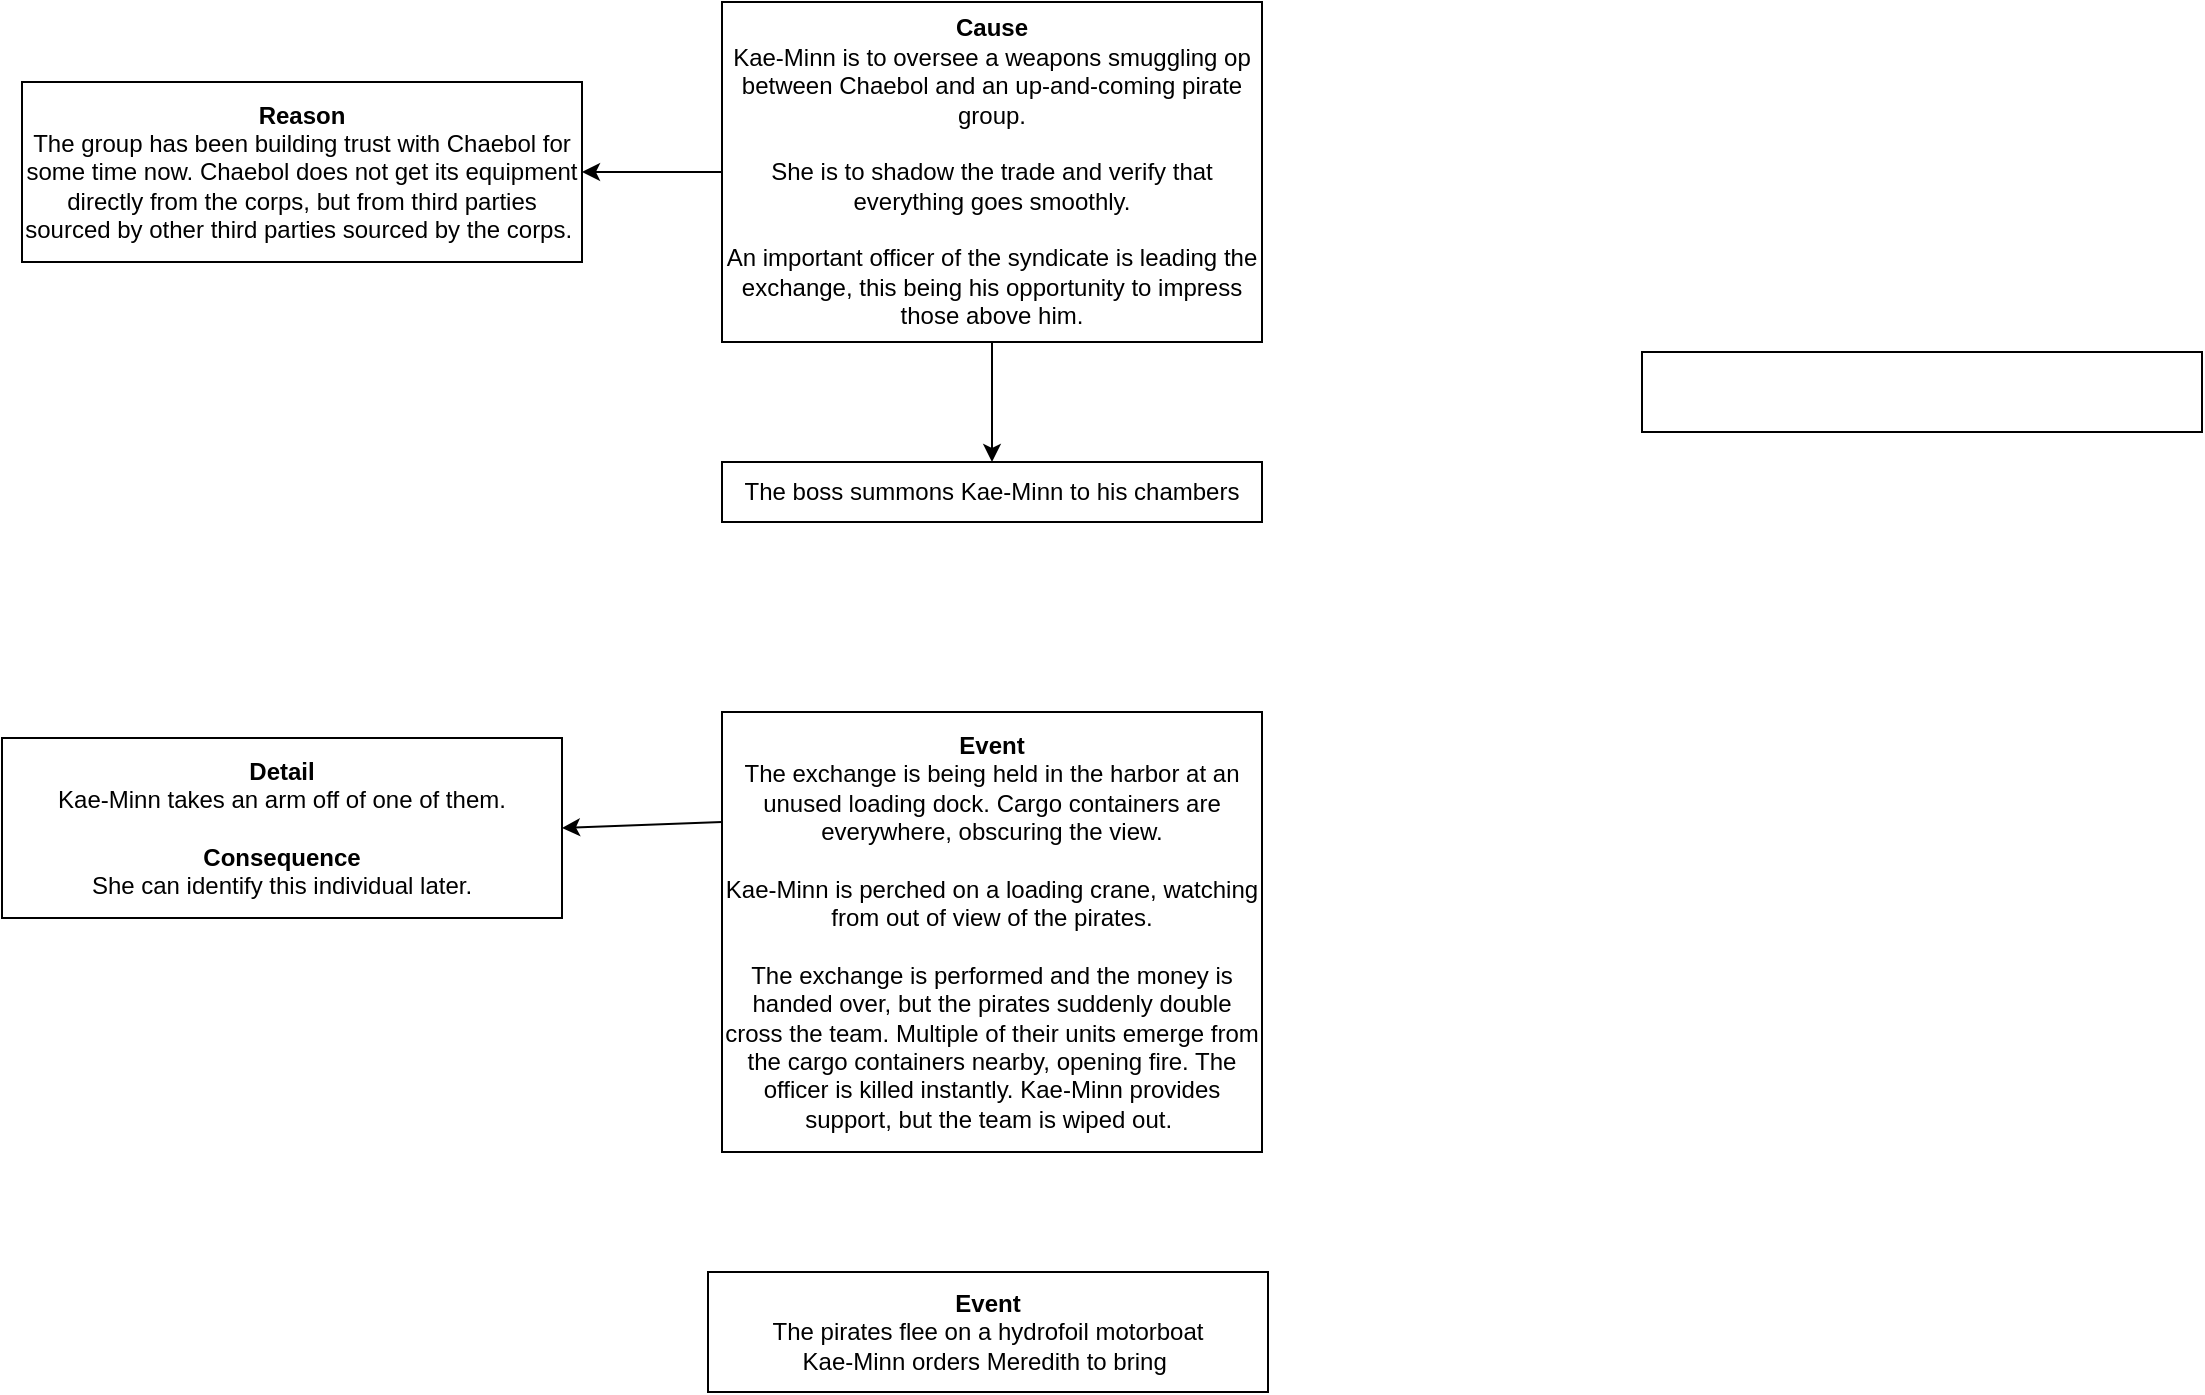
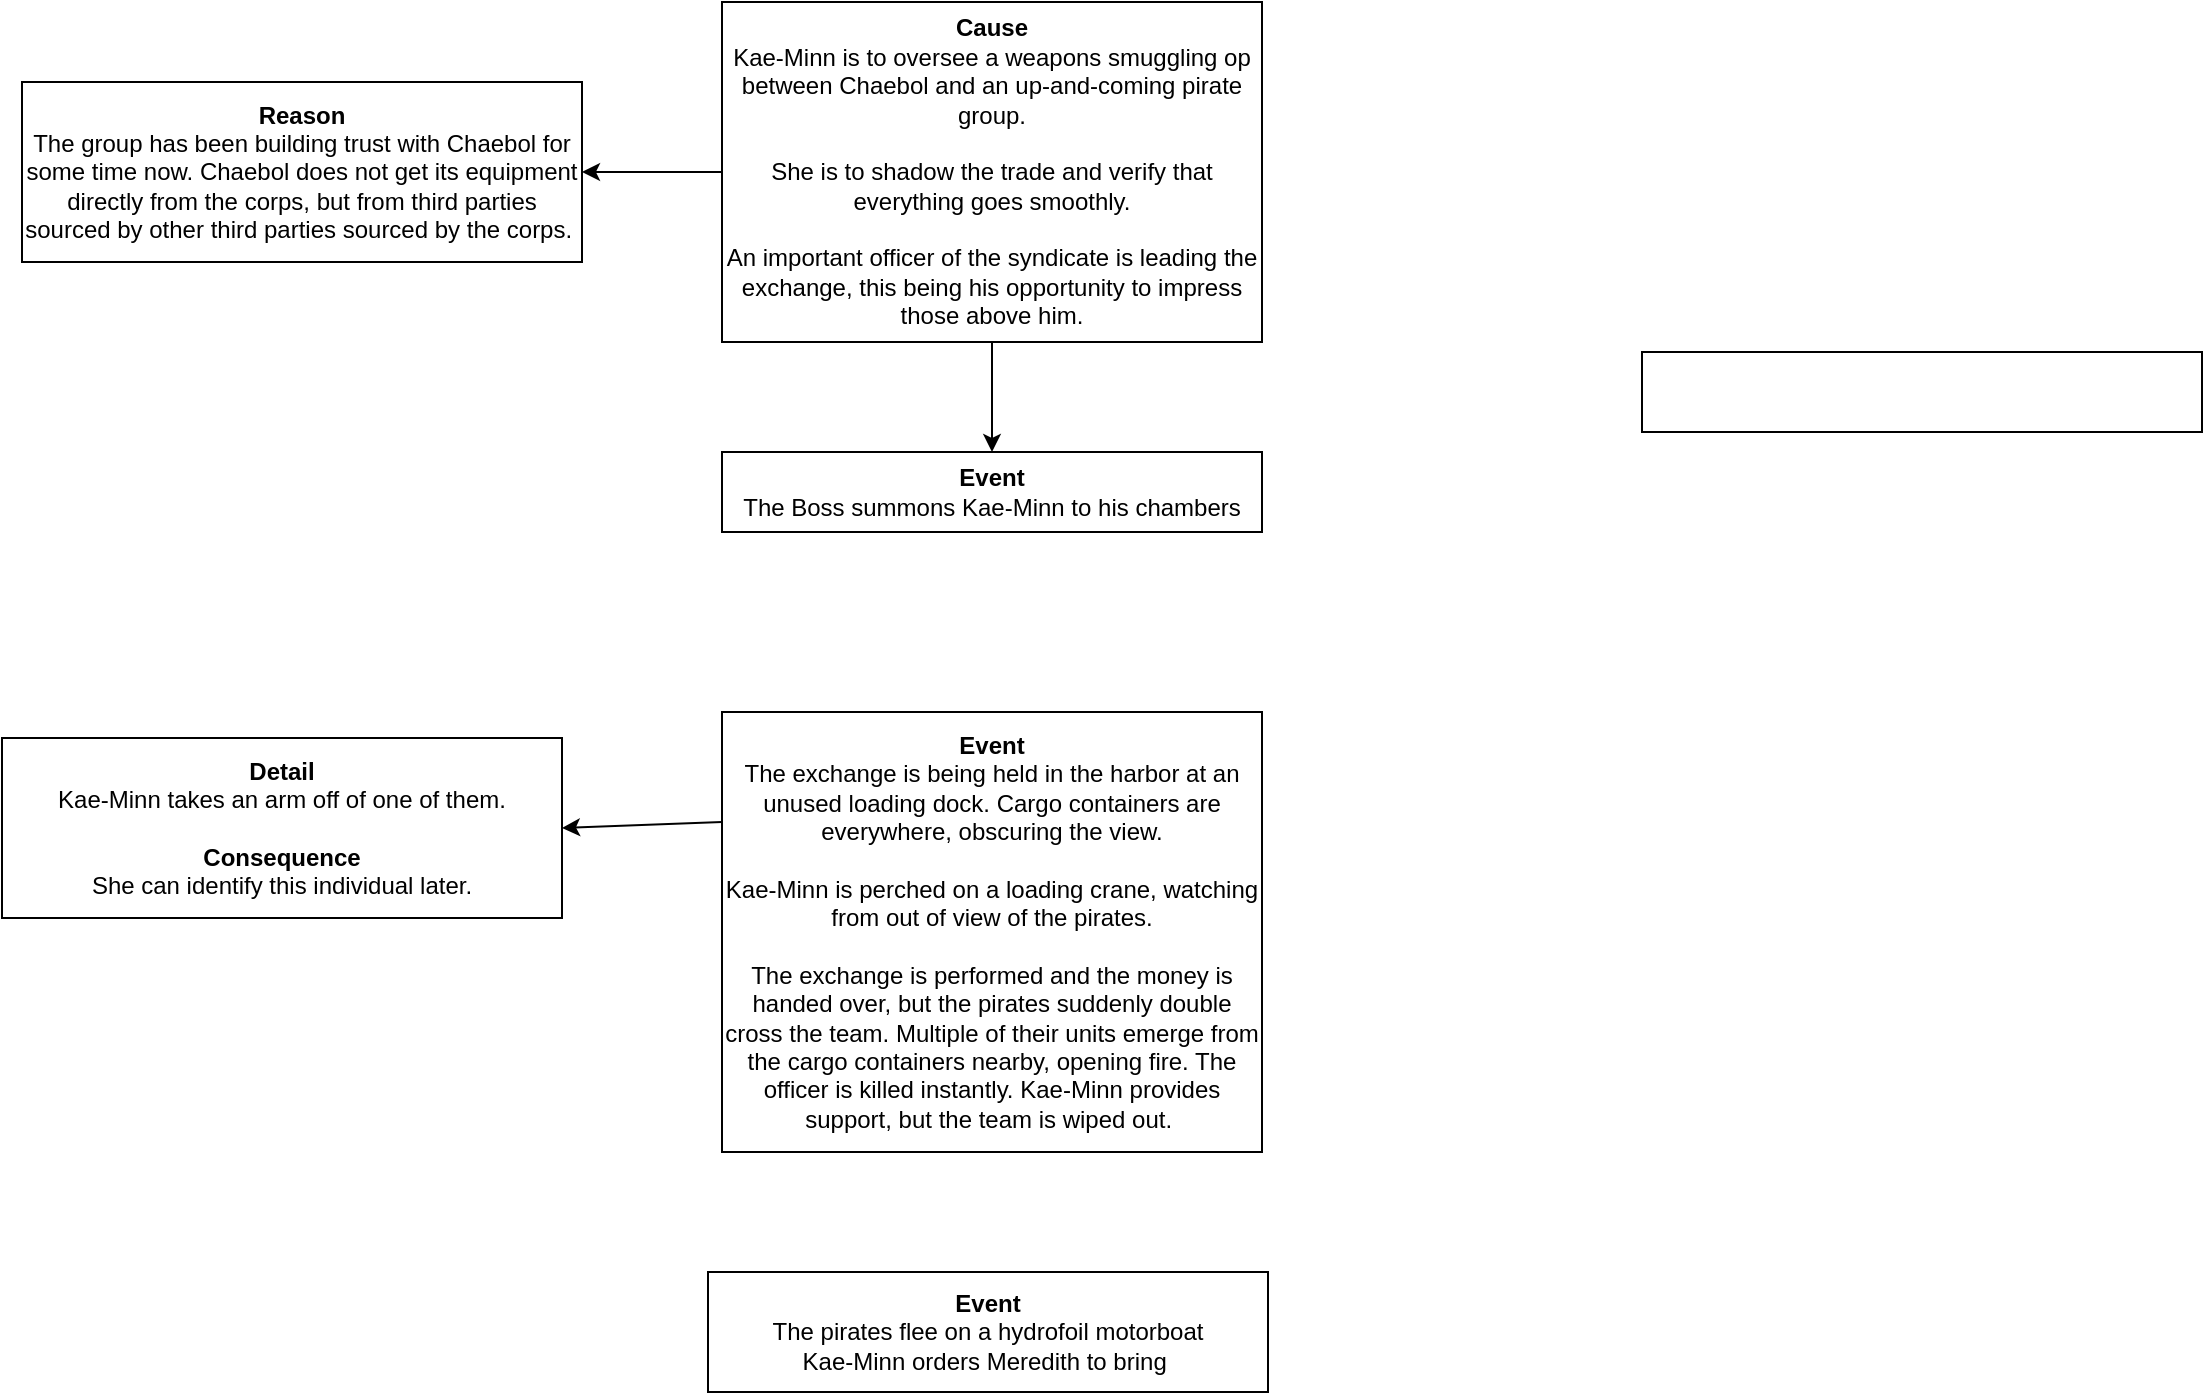
<mxfile host="app.diagrams.net" agent="5.0 (Macintosh; Intel Mac OS X 10_15_7) AppleWebKit/537.36 (KHTML, like Gecko) Chrome/109.0.0.0 Safari/537.36">
  <diagram name="Page-1" id="2YBvvXClWsGukQMizWep">
    <mxGraphModel dx="792" dy="411" grid="1" gridSize="10" guides="1" tooltips="1" connect="1" arrows="1" fold="1" page="1" pageScale="1" pageWidth="2000" pageHeight="8000" math="0" shadow="0">
      <root>
        <mxCell id="0" />
        <mxCell id="1" parent="0" />
        <mxCell id="WD_lBp7OyrhRz48vkECi-2" parent="1" style="text;html=1;whiteSpace=wrap;strokeColor=default;fillColor=default;align=center;verticalAlign=middle;rounded=0;imageAspect=1;autosize=1;fixedWidth=1;resizeHeight=1;labelPosition=center;verticalLabelPosition=middle;" value="&lt;div align=&quot;center&quot;&gt;&lt;font&gt;&lt;b style=&quot;background-color: light-dark(#ffffff, var(--ge-dark-color, #121212));&quot;&gt;Cause&lt;/b&gt;&lt;/font&gt;&lt;/div&gt;&lt;div align=&quot;center&quot;&gt;&lt;font&gt;&lt;span style=&quot;background-color: light-dark(#ffffff, var(--ge-dark-color, #121212));&quot;&gt;Kae-Minn is to oversee a weapons smuggling op between Chaebol and an up-and-coming pirate group.&lt;/span&gt;&lt;br&gt;&lt;br&gt;She is to shadow the trade and verify that everything goes smoothly.&lt;/font&gt;&lt;/div&gt;&lt;div align=&quot;center&quot;&gt;&lt;font&gt;&lt;br&gt;&lt;/font&gt;&lt;/div&gt;&lt;div align=&quot;center&quot;&gt;&lt;font&gt;An important officer of the syndicate is leading the exchange, this being his opportunity to impress those above him.&lt;/font&gt;&lt;/div&gt;" vertex="1">
          <mxGeometry height="170" width="270" x="890" y="85" as="geometry" />
        </mxCell>
        <mxCell id="WD_lBp7OyrhRz48vkECi-3" parent="1" style="text;html=1;whiteSpace=wrap;strokeColor=default;fillColor=default;align=center;verticalAlign=middle;rounded=0;" value="&lt;div align=&quot;center&quot;&gt;&lt;font&gt;&lt;b&gt;Reason&lt;/b&gt;&lt;/font&gt;&lt;/div&gt;&lt;div align=&quot;center&quot;&gt;&lt;font&gt;The group has been building trust with Chaebol for some time now. Chaebol does not get its equipment directly from the corps, but from third parties sourced by other third parties sourced by the corps.&amp;nbsp;&lt;/font&gt;&lt;/div&gt;" vertex="1">
          <mxGeometry height="90" width="280" x="540" y="125" as="geometry" />
        </mxCell>
        <mxCell id="WD_lBp7OyrhRz48vkECi-10" parent="1" style="text;html=1;whiteSpace=wrap;strokeColor=default;fillColor=default;align=center;verticalAlign=middle;rounded=0;imageAspect=1;autosize=1;fixedWidth=1;resizeHeight=1;" value="&lt;div&gt;&lt;font&gt;&lt;b&gt;Event&lt;/b&gt;&lt;/font&gt;&lt;/div&gt;&lt;div&gt;&lt;font&gt;The exchange is being held in the harbor at an unused loading dock. Cargo containers are everywhere, obscuring the view.&lt;/font&gt;&lt;/div&gt;&lt;div&gt;&lt;font&gt;&lt;br&gt;&lt;/font&gt;&lt;/div&gt;&lt;div&gt;&lt;font&gt;Kae-Minn is perched on a loading crane, watching from out of view of the pirates.&lt;/font&gt;&lt;/div&gt;&lt;div&gt;&lt;font&gt;&lt;br&gt;&lt;/font&gt;&lt;/div&gt;&lt;div&gt;&lt;font&gt;The exchange is performed and the money is handed over, but the pirates suddenly double cross the team.&amp;nbsp;Multiple of their units emerge from the cargo containers nearby, opening fire. The officer is killed instantly. Kae-Minn provides support, but the team is wiped out.&amp;nbsp;&lt;/font&gt;&lt;/div&gt;" vertex="1">
          <mxGeometry height="220" width="270" x="890" y="440" as="geometry" />
        </mxCell>
        <mxCell id="2lVWURBgC8E-njB588qe-1" edge="1" parent="1" source="WD_lBp7OyrhRz48vkECi-2" style="endArrow=classic;html=1;rounded=0;exitX=0;exitY=0.5;exitDx=0;exitDy=0;entryX=1;entryY=0.5;entryDx=0;entryDy=0;" target="WD_lBp7OyrhRz48vkECi-3" value="">
          <mxGeometry height="50" relative="1" width="50" as="geometry">
            <mxPoint x="980" y="257" as="sourcePoint" />
            <mxPoint x="1030" y="207" as="targetPoint" />
          </mxGeometry>
        </mxCell>
        <mxCell id="qDZ2SGpANuDxGcVs4Ad5-1" parent="1" style="text;html=1;whiteSpace=wrap;strokeColor=default;fillColor=default;align=center;verticalAlign=middle;rounded=0;imageAspect=1;autosize=1;fixedWidth=1;resizeHeight=1;" value="&lt;div&gt;&lt;b&gt;Detail&lt;br&gt;&lt;/b&gt;Kae-Minn takes an arm off of one of them.&lt;br&gt;&lt;br&gt;&lt;b&gt;Consequence&lt;/b&gt;&lt;/div&gt;&lt;div&gt;She can identify this individual later.&lt;/div&gt;" vertex="1">
          <mxGeometry height="90" width="280" x="530" y="453" as="geometry" />
        </mxCell>
        <mxCell id="qDZ2SGpANuDxGcVs4Ad5-2" edge="1" parent="1" source="WD_lBp7OyrhRz48vkECi-10" style="endArrow=classic;html=1;rounded=0;exitX=0;exitY=0.25;exitDx=0;exitDy=0;entryX=1;entryY=0.5;entryDx=0;entryDy=0;" target="qDZ2SGpANuDxGcVs4Ad5-1" value="">
          <mxGeometry height="50" relative="1" width="50" as="geometry">
            <mxPoint x="890" y="563" as="sourcePoint" />
            <mxPoint x="940" y="513" as="targetPoint" />
          </mxGeometry>
        </mxCell>
-         <mxCell id="qDZ2SGpANuDxGcVs4Ad5-3" parent="1" style="text;html=1;whiteSpace=wrap;strokeColor=default;fillColor=default;align=center;verticalAlign=middle;rounded=0;imageAspect=1;autosize=1;fixedWidth=1;resizeHeight=1;" value="The boss summons Kae-Minn to his chambers" vertex="1">
-           <mxGeometry height="30" width="270" x="890" y="315" as="geometry" />
+         <mxCell id="qDZ2SGpANuDxGcVs4Ad5-3" parent="1" style="text;html=1;whiteSpace=wrap;strokeColor=default;fillColor=default;align=center;verticalAlign=middle;rounded=0;imageAspect=1;autosize=1;fixedWidth=1;resizeHeight=1;" value="&lt;div&gt;&lt;b&gt;Event&lt;/b&gt;&lt;/div&gt;&lt;div&gt;The Boss summons Kae-Minn to his chambers&lt;/div&gt;" vertex="1">
+           <mxGeometry height="40" width="270" x="890" y="310" as="geometry" />
        </mxCell>
        <mxCell id="qDZ2SGpANuDxGcVs4Ad5-4" parent="1" style="text;html=1;whiteSpace=wrap;strokeColor=default;fillColor=default;align=center;verticalAlign=middle;rounded=0;imageAspect=1;autosize=1;fixedWidth=1;resizeHeight=1;" value="&lt;div&gt;&lt;b&gt;Event&lt;/b&gt;&lt;/div&gt;&lt;div&gt;The pirates flee on a hydrofoil motorboat&lt;/div&gt;&lt;div&gt;Kae-Minn orders Meredith to bring&amp;nbsp;&lt;/div&gt;" vertex="1">
          <mxGeometry height="60" width="280" x="883" y="720" as="geometry" />
        </mxCell>
        <mxCell id="qDZ2SGpANuDxGcVs4Ad5-5" parent="1" style="text;html=1;whiteSpace=wrap;strokeColor=default;fillColor=default;align=center;verticalAlign=middle;rounded=0;imageAspect=1;autosize=1;fixedWidth=1;resizeHeight=1;" value="" vertex="1">
          <mxGeometry height="40" width="280" x="1350" y="260" as="geometry" />
        </mxCell>
        <mxCell id="qDZ2SGpANuDxGcVs4Ad5-6" edge="1" parent="1" source="WD_lBp7OyrhRz48vkECi-2" style="endArrow=classic;html=1;rounded=0;exitX=0.5;exitY=1;exitDx=0;exitDy=0;entryX=0.5;entryY=0;entryDx=0;entryDy=0;" target="qDZ2SGpANuDxGcVs4Ad5-3" value="">
          <mxGeometry height="50" relative="1" width="50" as="geometry">
            <mxPoint x="990" y="300" as="sourcePoint" />
            <mxPoint x="1040" y="250" as="targetPoint" />
          </mxGeometry>
        </mxCell>
      </root>
    </mxGraphModel>
  </diagram>
</mxfile>
